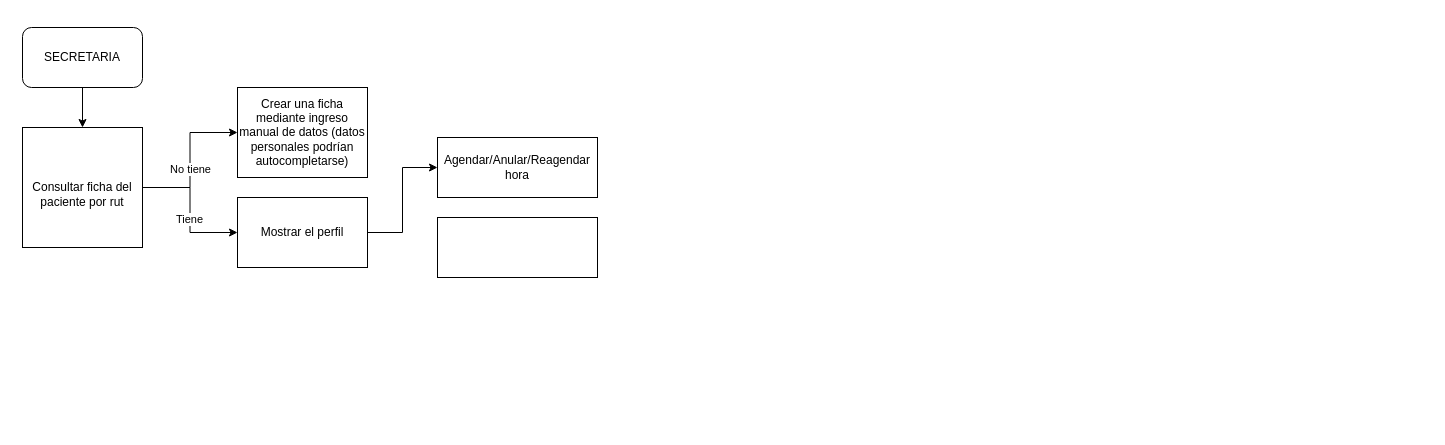
This is IDEA1.drawio from C-bastian-compila/diagrams.net, a draw.io file, before an edit. Source tidied: cells renumbered, new cells numbered last; positions are measured from the earlier drawing's top-left corner, leaving out a move shared by most shapes. Both pictures are drawn from the tidied source at 100%, with x=0, y=0 at pixel (22, 27).
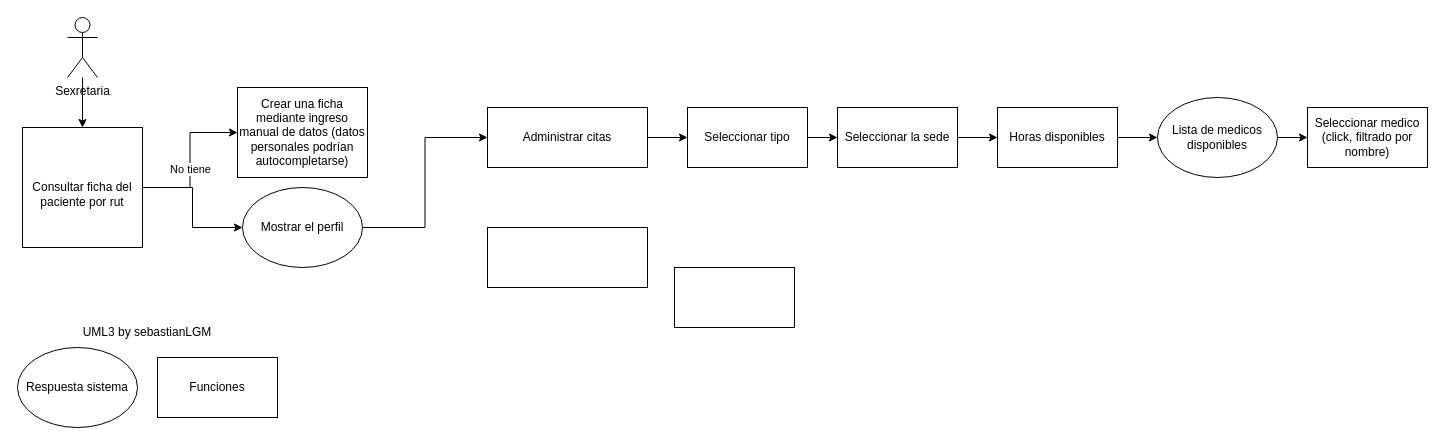
Above is the later version.

Unchanged cells that the change refers to:
```xml
<mxCell id="6" style="edgeStyle=orthogonalEdgeStyle;rounded=0;jettySize=auto;html=1;entryX=0;entryY=0.5;entryDx=0;entryDy=0;" parent="1" edge="1" source="8" target="10">
  <mxGeometry relative="1" as="geometry" />
</mxCell>
<mxCell id="8" value="&lt;br&gt;&lt;br&gt;Consultar ficha del paciente por rut&lt;br&gt;&amp;nbsp;" style="whiteSpace=wrap;html=1;" parent="1" vertex="1">
  <mxGeometry y="100" width="120" height="120" as="geometry" />
</mxCell>
```

The edit, as a diff of the source:
```diff
@@
-    <mxCell id="2" style="edgeStyle=orthogonalEdgeStyle;rounded=0;jettySize=auto;html=1;" parent="1" edge="1" source="3" target="8">
-      <mxGeometry relative="1" as="geometry" />
-    </mxCell>
-    <mxCell id="3" value="SECRETARIA" style="rounded=1;whiteSpace=wrap;html=1;" parent="1" vertex="1">
-      <mxGeometry width="120" height="60" as="geometry" />
-    </mxCell>
@@
-    <mxCell id="7" value="Tiene" style="edgeLabel;html=1;align=center;verticalAlign=middle;" parent="6" vertex="1">
-      <mxGeometry x="0.13" y="-1" relative="1" as="geometry" />
-    </mxCell>
@@
-    <mxCell id="9" style="edgeStyle=orthogonalEdgeStyle;rounded=0;jettySize=auto;html=1;entryX=0;entryY=0.5;entryDx=0;entryDy=0;" parent="1" edge="1" source="10" target="12">
+    <mxCell id="9" style="edgeStyle=orthogonalEdgeStyle;rounded=0;jettySize=auto;html=1;entryX=0;entryY=0.5;entryDx=0;entryDy=0;exitX=1;exitY=0.5;exitDx=0;exitDy=0;" parent="1" edge="1" source="10" target="12">
       <mxGeometry relative="1" as="geometry" />
     </mxCell>
-    <mxCell id="10" value="Mostrar el perfil" style="rounded=0;whiteSpace=wrap;html=1;" parent="1" vertex="1">
-      <mxGeometry x="215" y="170" width="130" height="70" as="geometry" />
-    </mxCell>
@@
+    <mxCell id="14" style="edgeStyle=orthogonalEdgeStyle;rounded=0;jettySize=auto;html=1;entryX=0;entryY=0.5;entryDx=0;entryDy=0;" parent="1" edge="1" source="12" target="23">
+      <mxGeometry relative="1" as="geometry" />
+    </mxCell>
-    <mxCell id="12" value="Agendar/Anular/Reagendar hora" style="rounded=0;whiteSpace=wrap;html=1;" parent="1" vertex="1">
-      <mxGeometry x="415" y="110" width="160" height="60" as="geometry" />
+    <mxCell id="12" value="Administrar citas" style="rounded=0;whiteSpace=wrap;html=1;" parent="1" vertex="1">
+      <mxGeometry x="465" y="80" width="160" height="60" as="geometry" />
     </mxCell>
     <mxCell id="13" style="rounded=0;whiteSpace=wrap;html=1;" parent="1" vertex="1">
-      <mxGeometry x="415" y="190" width="160" height="60" as="geometry" />
+      <mxGeometry x="465" y="200" width="160" height="60" as="geometry" />
     </mxCell>
+    <mxCell id="15" style="edgeStyle=orthogonalEdgeStyle;rounded=0;jettySize=auto;html=1;entryX=0.5;entryY=0;entryDx=0;entryDy=0;" parent="1" edge="1" source="16" target="8">
+      <mxGeometry relative="1" as="geometry" />
+    </mxCell>
+    <mxCell id="16" value="Sexretaria" style="shape=umlActor;verticalLabelPosition=bottom;verticalAlign=top;html=1;outlineConnect=0;" parent="1" vertex="1">
+      <mxGeometry x="45" y="-10" width="30" height="60" as="geometry" />
+    </mxCell>
+    <mxCell id="17" value="Seleccionar medico (click, filtrado por nombre)" style="rounded=0;whiteSpace=wrap;html=1;" parent="1" vertex="1">
+      <mxGeometry x="1285" y="80" width="120" height="60" as="geometry" />
+    </mxCell>
+    <mxCell id="18" style="edgeStyle=orthogonalEdgeStyle;rounded=0;jettySize=auto;html=1;" parent="1" edge="1" source="19" target="29">
+      <mxGeometry relative="1" as="geometry" />
+    </mxCell>
+    <mxCell id="19" value="Horas disponibles" style="rounded=0;whiteSpace=wrap;html=1;" parent="1" vertex="1">
+      <mxGeometry x="975" y="80" width="120" height="60" as="geometry" />
+    </mxCell>
+    <mxCell id="20" style="edgeStyle=orthogonalEdgeStyle;rounded=0;jettySize=auto;html=1;entryX=0;entryY=0.5;entryDx=0;entryDy=0;" parent="1" edge="1" source="21" target="19">
+      <mxGeometry relative="1" as="geometry" />
+    </mxCell>
+    <mxCell id="21" value="Seleccionar la sede" style="rounded=0;whiteSpace=wrap;html=1;" parent="1" vertex="1">
+      <mxGeometry x="815" y="80" width="120" height="60" as="geometry" />
+    </mxCell>
+    <mxCell id="22" style="edgeStyle=orthogonalEdgeStyle;rounded=0;jettySize=auto;html=1;entryX=0;entryY=0.5;entryDx=0;entryDy=0;" parent="1" edge="1" source="23" target="21">
+      <mxGeometry relative="1" as="geometry" />
+    </mxCell>
+    <mxCell id="23" value="Seleccionar tipo" style="rounded=0;whiteSpace=wrap;html=1;" parent="1" vertex="1">
+      <mxGeometry x="665" y="80" width="120" height="60" as="geometry" />
+    </mxCell>
+    <mxCell id="24" style="rounded=0;whiteSpace=wrap;html=1;" parent="1" vertex="1">
+      <mxGeometry x="652" y="240" width="120" height="60" as="geometry" />
+    </mxCell>
+    <mxCell id="10" value="Mostrar el perfil" style="ellipse;whiteSpace=wrap;html=1;" parent="1" vertex="1">
+      <mxGeometry x="220" y="160" width="120" height="80" as="geometry" />
+    </mxCell>
+    <mxCell id="25" value="Respuesta sistema" style="ellipse;whiteSpace=wrap;html=1;" parent="1" vertex="1">
+      <mxGeometry x="-5" y="320" width="120" height="80" as="geometry" />
+    </mxCell>
+    <mxCell id="26" value="Funciones" style="rounded=0;whiteSpace=wrap;html=1;" parent="1" vertex="1">
+      <mxGeometry x="135" y="330" width="120" height="60" as="geometry" />
+    </mxCell>
+    <mxCell id="27" value="UML3 by sebastianLGM" style="text;html=1;strokeColor=none;fillColor=none;align=center;verticalAlign=middle;whiteSpace=wrap;rounded=0;" parent="1" vertex="1">
+      <mxGeometry x="40" y="290" width="170" height="30" as="geometry" />
+    </mxCell>
+    <mxCell id="28" style="edgeStyle=orthogonalEdgeStyle;rounded=0;jettySize=auto;html=1;entryX=0;entryY=0.5;entryDx=0;entryDy=0;" parent="1" edge="1" source="29" target="17">
+      <mxGeometry relative="1" as="geometry" />
+    </mxCell>
+    <mxCell id="29" value="Lista de medicos disponibles" style="ellipse;whiteSpace=wrap;html=1;" parent="1" vertex="1">
+      <mxGeometry x="1135" y="70" width="120" height="80" as="geometry" />
+    </mxCell>
```
